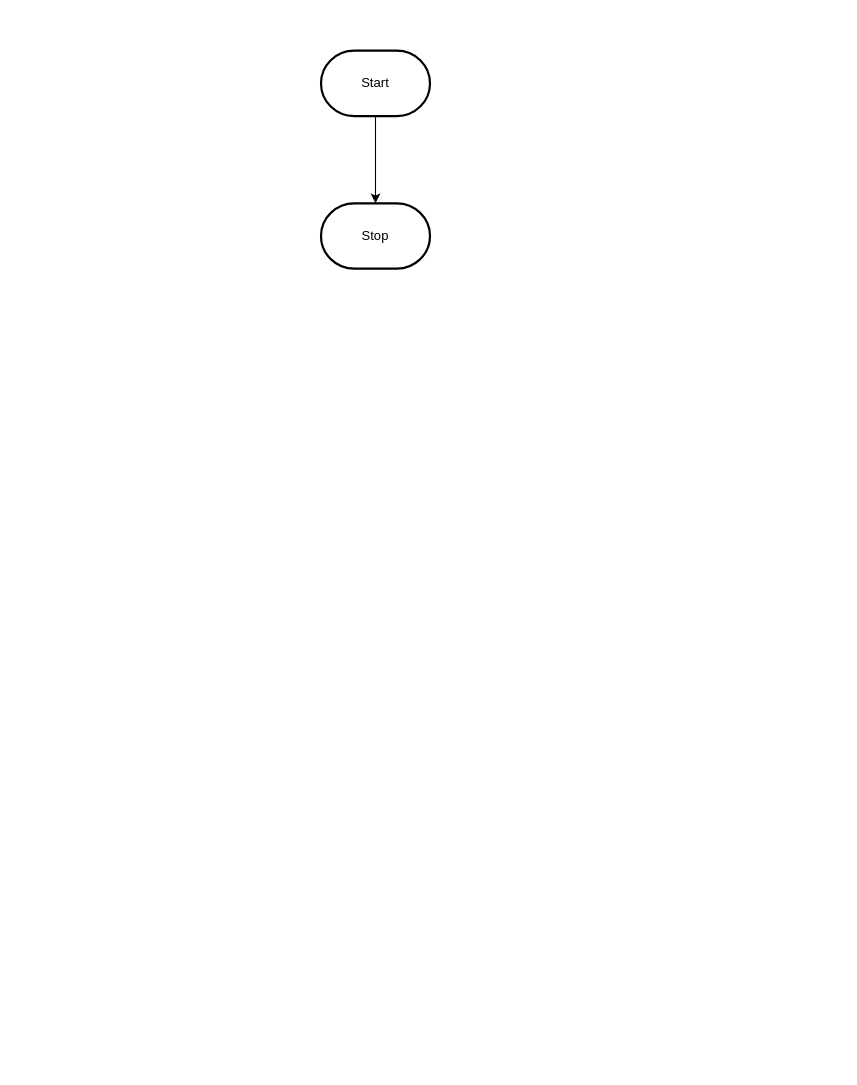
MTHS-TEJ2O-1-2023/TEJ2O-Unit-5-05-michael-bruneau keeps this draw.io diagram as design/flowchart.drawio. Above is the earlier version. Source tidied: cells renumbered, new cells numbered last; positions are measured from the earlier drawing's top-left corner, leaving out a move shared by most shapes. Both pictures are drawn from the tidied source at 109%, with x=0, y=0 at pixel (320, 50).
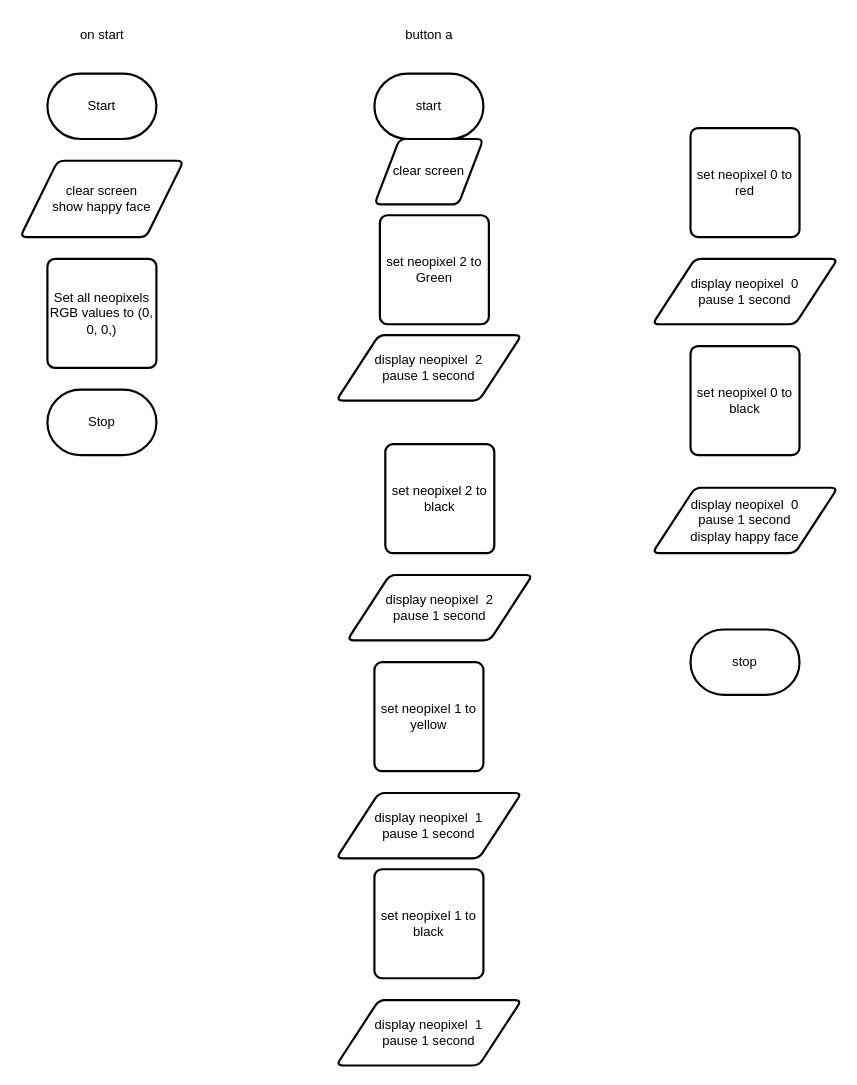
The same page after the edit.

Change to the diagram source:
```diff
@@
-    <mxCell id="2" style="edgeStyle=orthogonalEdgeStyle;html=1;rounded=0;" parent="1" edge="1" source="3" target="4">
-      <mxGeometry relative="1" as="geometry" />
-    </mxCell>
     <mxCell id="3" value="Start" style="strokeWidth=2;html=1;shape=mxgraph.flowchart.terminator;whiteSpace=wrap;" parent="1" vertex="1">
-      <mxGeometry width="100" height="60" as="geometry" />
+      <mxGeometry x="-251" y="21" width="100" height="60" as="geometry" />
     </mxCell>
     <mxCell id="4" value="Stop" style="strokeWidth=2;html=1;shape=mxgraph.flowchart.terminator;whiteSpace=wrap;" parent="1" vertex="1">
-      <mxGeometry y="140" width="100" height="60" as="geometry" />
+      <mxGeometry x="-251" y="311" width="100" height="60" as="geometry" />
     </mxCell>
+    <mxCell id="2" value="on start" style="text;html=1;align=center;verticalAlign=middle;strokeColor=none;fillColor=none;" parent="1" vertex="1">
+      <mxGeometry x="-231" y="-29" width="60" height="30" as="geometry" />
+    </mxCell>
+    <mxCell id="5" value="clear screen&lt;br&gt;show happy face" style="shape=parallelogram;html=1;strokeWidth=2;perimeter=parallelogramPerimeter;whiteSpace=wrap;rounded=1;arcSize=12;size=0.23;" parent="1" vertex="1">
+      <mxGeometry x="-276" y="101" width="150" height="70" as="geometry" />
+    </mxCell>
+    <mxCell id="6" value="Set all neopixels RGB values to (0, 0, 0,)" style="rounded=1;whiteSpace=wrap;html=1;absoluteArcSize=1;arcSize=14;strokeWidth=2;" parent="1" vertex="1">
+      <mxGeometry x="-251" y="191" width="100" height="100" as="geometry" />
+    </mxCell>
+    <mxCell id="7" value="start" style="strokeWidth=2;html=1;shape=mxgraph.flowchart.terminator;whiteSpace=wrap;" parent="1" vertex="1">
+      <mxGeometry x="49" y="21" width="100" height="60" as="geometry" />
+    </mxCell>
+    <mxCell id="8" value="stop" style="strokeWidth=2;html=1;shape=mxgraph.flowchart.terminator;whiteSpace=wrap;" parent="1" vertex="1">
+      <mxGeometry x="339" y="531" width="100" height="60" as="geometry" />
+    </mxCell>
+    <mxCell id="9" value="button a" style="text;html=1;align=center;verticalAlign=middle;strokeColor=none;fillColor=none;" parent="1" vertex="1">
+      <mxGeometry x="64" y="-29" width="70" height="30" as="geometry" />
+    </mxCell>
+    <mxCell id="10" value="set neopixel 2 to Green" style="rounded=1;whiteSpace=wrap;html=1;absoluteArcSize=1;arcSize=14;strokeWidth=2;" parent="1" vertex="1">
+      <mxGeometry x="54" y="151" width="100" height="100" as="geometry" />
+    </mxCell>
+    <mxCell id="11" value="display neopixel&amp;nbsp; 2&lt;br&gt;pause 1 second" style="shape=parallelogram;html=1;strokeWidth=2;perimeter=parallelogramPerimeter;whiteSpace=wrap;rounded=1;arcSize=12;size=0.23;" parent="1" vertex="1">
+      <mxGeometry x="14" y="261" width="170" height="60" as="geometry" />
+    </mxCell>
+    <mxCell id="12" value="clear screen" style="shape=parallelogram;html=1;strokeWidth=2;perimeter=parallelogramPerimeter;whiteSpace=wrap;rounded=1;arcSize=12;size=0.23;" parent="1" vertex="1">
+      <mxGeometry x="49" y="81" width="100" height="60" as="geometry" />
+    </mxCell>
+    <mxCell id="13" value="set neopixel 1 to yellow" style="rounded=1;whiteSpace=wrap;html=1;absoluteArcSize=1;arcSize=14;strokeWidth=2;" parent="1" vertex="1">
+      <mxGeometry x="49" y="561" width="100" height="100" as="geometry" />
+    </mxCell>
+    <mxCell id="14" value="display neopixel&amp;nbsp; 1&lt;br&gt;pause 1 second" style="shape=parallelogram;html=1;strokeWidth=2;perimeter=parallelogramPerimeter;whiteSpace=wrap;rounded=1;arcSize=12;size=0.23;" parent="1" vertex="1">
+      <mxGeometry x="14" y="681" width="170" height="60" as="geometry" />
+    </mxCell>
+    <mxCell id="15" value="set neopixel 2 to black" style="rounded=1;whiteSpace=wrap;html=1;absoluteArcSize=1;arcSize=14;strokeWidth=2;" parent="1" vertex="1">
+      <mxGeometry x="59" y="361" width="100" height="100" as="geometry" />
+    </mxCell>
+    <mxCell id="16" value="display neopixel&amp;nbsp; 2&lt;br&gt;pause 1 second" style="shape=parallelogram;html=1;strokeWidth=2;perimeter=parallelogramPerimeter;whiteSpace=wrap;rounded=1;arcSize=12;size=0.23;" parent="1" vertex="1">
+      <mxGeometry x="24" y="481" width="170" height="60" as="geometry" />
+    </mxCell>
+    <mxCell id="17" value="set neopixel 1 to black" style="rounded=1;whiteSpace=wrap;html=1;absoluteArcSize=1;arcSize=14;strokeWidth=2;" parent="1" vertex="1">
+      <mxGeometry x="49" y="751" width="100" height="100" as="geometry" />
+    </mxCell>
+    <mxCell id="18" value="display neopixel&amp;nbsp; 1&lt;br&gt;pause 1 second" style="shape=parallelogram;html=1;strokeWidth=2;perimeter=parallelogramPerimeter;whiteSpace=wrap;rounded=1;arcSize=12;size=0.23;" parent="1" vertex="1">
+      <mxGeometry x="14" y="871" width="170" height="60" as="geometry" />
+    </mxCell>
+    <mxCell id="19" value="set neopixel 0 to red" style="rounded=1;whiteSpace=wrap;html=1;absoluteArcSize=1;arcSize=14;strokeWidth=2;" parent="1" vertex="1">
+      <mxGeometry x="339" y="71" width="100" height="100" as="geometry" />
+    </mxCell>
+    <mxCell id="20" value="display neopixel&amp;nbsp; 0&lt;br&gt;pause 1 second" style="shape=parallelogram;html=1;strokeWidth=2;perimeter=parallelogramPerimeter;whiteSpace=wrap;rounded=1;arcSize=12;size=0.23;" parent="1" vertex="1">
+      <mxGeometry x="304" y="191" width="170" height="60" as="geometry" />
+    </mxCell>
+    <mxCell id="21" value="set neopixel 0 to black" style="rounded=1;whiteSpace=wrap;html=1;absoluteArcSize=1;arcSize=14;strokeWidth=2;" parent="1" vertex="1">
+      <mxGeometry x="339" y="271" width="100" height="100" as="geometry" />
+    </mxCell>
+    <mxCell id="22" value="display neopixel&amp;nbsp; 0&lt;br&gt;pause 1 second&lt;br&gt;display happy face" style="shape=parallelogram;html=1;strokeWidth=2;perimeter=parallelogramPerimeter;whiteSpace=wrap;rounded=1;arcSize=12;size=0.23;" parent="1" vertex="1">
+      <mxGeometry x="304" y="401" width="170" height="60" as="geometry" />
+    </mxCell>
```
